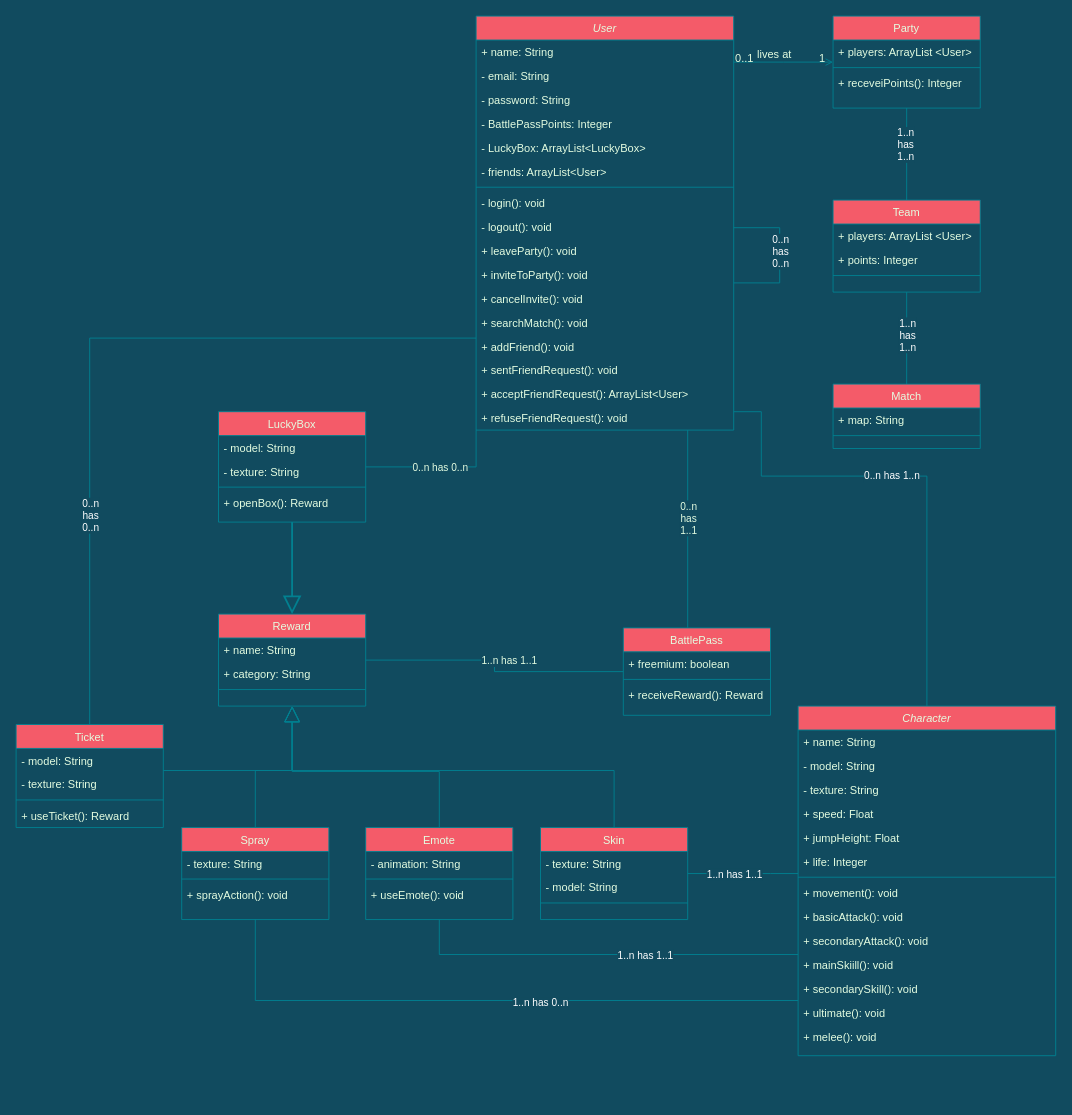
Before: fase-final/Modelo-Conceitual.drawio in Stuepp/BANCO-DE-DADOS-I, a draw.io diagram. Source tidied: cells renumbered, new cells numbered last; positions are measured from the earlier drawing's top-left corner, leaving out a move shared by most shapes. Both pictures are drawn from the tidied source at 92%, with x=0, y=0 at pixel (16, 16).
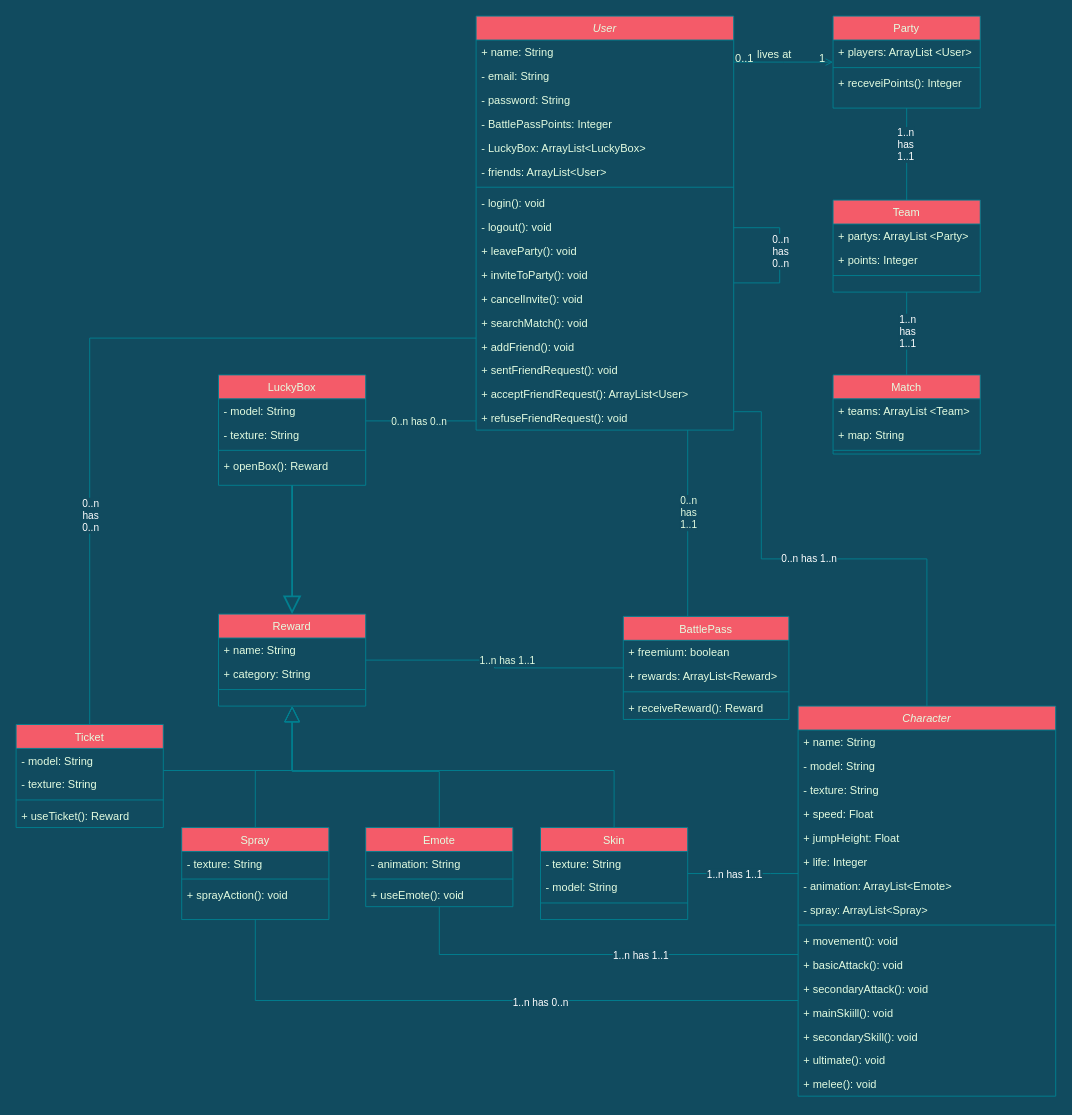
The same page after the edit.

Unchanged cells that the change refers to:
```xml
<mxCell id="4" value="User" style="swimlane;fontStyle=2;align=center;verticalAlign=top;horizontal=1;startSize=26;rounded=0;shadow=0;strokeWidth=1;fillColor=#F45B69;strokeColor=#028090;fontColor=#E4FDE1;" parent="1" vertex="1">
  <mxGeometry x="500" width="280" height="450" as="geometry" />
</mxCell>
<mxCell id="36" style="edgeStyle=orthogonalEdgeStyle;rounded=0;jettySize=auto;html=1;strokeColor=#028090;fontColor=#FFFFFF;endArrow=none;endFill=0;endSize=15;fillColor=#F45B69;" parent="1" edge="1" source="38" target="85">
  <mxGeometry relative="1" as="geometry" />
</mxCell>
<mxCell id="83" style="edgeStyle=orthogonalEdgeStyle;rounded=0;jettySize=auto;html=1;strokeColor=#028090;fontColor=#FFFFFF;endArrow=none;endFill=0;endSize=15;fillColor=#F45B69;" parent="1" edge="1" source="85" target="89">
  <mxGeometry relative="1" as="geometry" />
</mxCell>
<mxCell id="85" value="Team" style="swimlane;fontStyle=0;align=center;verticalAlign=top;horizontal=1;startSize=26;rounded=0;shadow=0;strokeWidth=1;fillColor=#F45B69;strokeColor=#028090;fontColor=#E4FDE1;" parent="1" vertex="1">
  <mxGeometry x="888" y="200" width="160" height="100" as="geometry" />
</mxCell>
```

The edit, as a diff of the source:
```diff
@@
     <mxCell id="2" style="edgeStyle=orthogonalEdgeStyle;rounded=0;jettySize=auto;html=1;labelBackgroundColor=#114B5F;strokeColor=#028090;fontColor=#FFFFFF;endArrow=none;endFill=0;endSize=15;fillColor=#F45B69;" parent="1" edge="1" source="4" target="92">
       <mxGeometry relative="1" as="geometry">
         <Array as="points">
           <mxPoint x="810" y="430" />
-          <mxPoint x="810" y="500" />
-          <mxPoint x="990" y="500" />
+          <mxPoint x="810" y="590" />
+          <mxPoint x="990" y="590" />
         </Array>
       </mxGeometry>
     </mxCell>
@@
     <mxCell id="22" style="edgeStyle=orthogonalEdgeStyle;rounded=0;jettySize=auto;html=1;strokeColor=#028090;fontColor=#E4FDE1;fillColor=#F45B69;endArrow=none;endFill=0;endSize=6;startSize=6;jumpSize=6;labelBackgroundColor=#114B5F;" parent="1" edge="1" source="25" target="4">
       <mxGeometry relative="1" as="geometry">
         <Array as="points">
-          <mxPoint x="500" y="490" />
+          <mxPoint x="440" y="440" />
+          <mxPoint x="440" y="440" />
         </Array>
       </mxGeometry>
     </mxCell>
@@
     <mxCell id="25" value="LuckyBox" style="swimlane;fontStyle=0;align=center;verticalAlign=top;horizontal=1;startSize=26;rounded=0;shadow=0;strokeWidth=1;fillColor=#F45B69;strokeColor=#028090;fontColor=#E4FDE1;" parent="1" vertex="1">
-      <mxGeometry x="220" y="430" width="160" height="120" as="geometry" />
+      <mxGeometry x="220" y="390" width="160" height="120" as="geometry" />
     </mxCell>
@@
     <mxCell id="32" value="BattlePass" style="swimlane;fontStyle=0;align=center;verticalAlign=top;horizontal=1;startSize=26;rounded=0;shadow=0;strokeWidth=1;fillColor=#F45B69;strokeColor=#028090;fontColor=#E4FDE1;" parent="1" vertex="1">
-      <mxGeometry x="660" y="665" width="160" height="95" as="geometry" />
+      <mxGeometry x="660" y="652.5" width="180" height="112" as="geometry" />
     </mxCell>
     <mxCell id="33" value="+ freemium: boolean" style="text;align=left;verticalAlign=top;spacingLeft=4;spacingRight=4;overflow=hidden;fontColor=#E4FDE1;" parent="32" vertex="1">
-      <mxGeometry y="26" width="160" height="26" as="geometry" />
+      <mxGeometry y="26" width="180" height="26" as="geometry" />
     </mxCell>
+    <mxCell id="107" value="+ rewards: ArrayList&lt;Reward&gt;" style="text;align=left;verticalAlign=top;spacingLeft=4;spacingRight=4;overflow=hidden;fontColor=#E4FDE1;" parent="32" vertex="1">
+      <mxGeometry y="52" width="180" height="26" as="geometry" />
+    </mxCell>
     <mxCell id="34" style="line;html=1;strokeWidth=1;align=left;verticalAlign=middle;spacingTop=-1;spacingLeft=3;spacingRight=3;labelPosition=right;labelBackgroundColor=#114B5F;fillColor=#F45B69;strokeColor=#028090;fontColor=#E4FDE1;" parent="32" vertex="1">
-      <mxGeometry y="52" width="160" height="8" as="geometry" />
+      <mxGeometry y="78" width="180" height="8" as="geometry" />
     </mxCell>
     <mxCell id="35" value="+ receiveReward(): Reward" style="text;align=left;verticalAlign=top;spacingLeft=4;spacingRight=4;overflow=hidden;fontColor=#E4FDE1;" parent="32" vertex="1">
-      <mxGeometry y="60" width="160" height="26" as="geometry" />
+      <mxGeometry y="86" width="180" height="26" as="geometry" />
     </mxCell>
@@
-    <mxCell id="37" value="1..n&lt;br&gt;has&lt;br&gt;1..n" style="edgeLabel;html=1;align=center;verticalAlign=middle;fontColor=#FFFFFF;labelBackgroundColor=#114B5F;" parent="36" vertex="1">
+    <mxCell id="37" value="1..n&lt;br&gt;has&lt;br&gt;1..1" style="edgeLabel;html=1;align=center;verticalAlign=middle;fontColor=#FFFFFF;labelBackgroundColor=#114B5F;" parent="36" vertex="1">
       <mxGeometry x="-0.23" y="-2" relative="1" as="geometry" />
     </mxCell>
@@
     <mxCell id="70" value="Emote" style="swimlane;fontStyle=0;align=center;verticalAlign=top;horizontal=1;startSize=26;rounded=0;shadow=0;strokeWidth=1;fillColor=#F45B69;strokeColor=#028090;fontColor=#E4FDE1;" parent="1" vertex="1">
-      <mxGeometry x="380" y="882" width="160" height="100" as="geometry" />
+      <mxGeometry x="380" y="882" width="160" height="86" as="geometry" />
     </mxCell>
@@
-    <mxCell id="84" value="1..n&lt;br&gt;has&lt;br&gt;1..n" style="edgeLabel;html=1;align=center;verticalAlign=middle;fontColor=#FFFFFF;labelBackgroundColor=#114B5F;" parent="83" vertex="1">
+    <mxCell id="84" value="1..n&lt;br&gt;has&lt;br&gt;1..1" style="edgeLabel;html=1;align=center;verticalAlign=middle;fontColor=#FFFFFF;labelBackgroundColor=#114B5F;" parent="83" vertex="1">
       <mxGeometry x="-0.26" y="-3" relative="1" as="geometry">
         <mxPoint x="3" y="9" as="offset" />
       </mxGeometry>
     </mxCell>
@@
-    <mxCell id="86" value="+ players: ArrayList &lt;User&gt;" style="text;align=left;verticalAlign=top;spacingLeft=4;spacingRight=4;overflow=hidden;fontColor=#E4FDE1;" parent="85" vertex="1">
+    <mxCell id="86" value="+ partys: ArrayList &lt;Party&gt;" style="text;align=left;verticalAlign=top;spacingLeft=4;spacingRight=4;overflow=hidden;fontColor=#E4FDE1;" parent="85" vertex="1">
       <mxGeometry y="26" width="160" height="26" as="geometry" />
     </mxCell>
@@
     <mxCell id="89" value="Match" style="swimlane;fontStyle=0;align=center;verticalAlign=top;horizontal=1;startSize=26;rounded=0;shadow=0;strokeWidth=1;fillColor=#F45B69;strokeColor=#028090;fontColor=#E4FDE1;" parent="1" vertex="1">
-      <mxGeometry x="888" y="400" width="160" height="70" as="geometry" />
+      <mxGeometry x="888" y="390" width="160" height="86" as="geometry" />
     </mxCell>
+    <mxCell id="108" value="+ teams: ArrayList &lt;Team&gt;" style="text;align=left;verticalAlign=top;spacingLeft=4;spacingRight=4;overflow=hidden;fontColor=#E4FDE1;" parent="89" vertex="1">
+      <mxGeometry y="26" width="160" height="26" as="geometry" />
+    </mxCell>
     <mxCell id="90" value="+ map: String" style="text;align=left;verticalAlign=top;spacingLeft=4;spacingRight=4;overflow=hidden;fontColor=#E4FDE1;" parent="89" vertex="1">
-      <mxGeometry y="26" width="160" height="26" as="geometry" />
+      <mxGeometry y="52" width="160" height="26" as="geometry" />
     </mxCell>
     <mxCell id="91" style="line;html=1;strokeWidth=1;align=left;verticalAlign=middle;spacingTop=-1;spacingLeft=3;spacingRight=3;labelPosition=right;labelBackgroundColor=#114B5F;fillColor=#F45B69;strokeColor=#028090;fontColor=#E4FDE1;" parent="89" vertex="1">
-      <mxGeometry y="52" width="160" height="8" as="geometry" />
+      <mxGeometry y="78" width="160" height="8" as="geometry" />
     </mxCell>
     <mxCell id="92" value="Character" style="swimlane;fontStyle=2;align=center;verticalAlign=top;horizontal=1;startSize=26;rounded=0;shadow=0;strokeWidth=1;fillColor=#F45B69;strokeColor=#028090;fontColor=#E4FDE1;" parent="1" vertex="1">
-      <mxGeometry x="850" y="750" width="280" height="380" as="geometry" />
+      <mxGeometry x="850" y="750" width="280" height="424" as="geometry" />
     </mxCell>
@@
+    <mxCell id="109" value="- animation: ArrayList&lt;Emote&gt;" style="text;align=left;verticalAlign=top;spacingLeft=4;spacingRight=4;overflow=hidden;rounded=0;shadow=0;html=0;fontColor=#E4FDE1;" parent="92" vertex="1">
+      <mxGeometry y="182" width="280" height="26" as="geometry" />
+    </mxCell>
+    <mxCell id="110" value="- spray: ArrayList&lt;Spray&gt;" style="text;align=left;verticalAlign=top;spacingLeft=4;spacingRight=4;overflow=hidden;rounded=0;shadow=0;html=0;fontColor=#E4FDE1;" parent="92" vertex="1">
+      <mxGeometry y="208" width="280" height="26" as="geometry" />
+    </mxCell>
     <mxCell id="99" style="line;html=1;strokeWidth=1;align=left;verticalAlign=middle;spacingTop=-1;spacingLeft=3;spacingRight=3;labelPosition=right;labelBackgroundColor=#114B5F;fillColor=#F45B69;strokeColor=#028090;fontColor=#E4FDE1;" parent="92" vertex="1">
-      <mxGeometry y="182" width="280" height="8" as="geometry" />
+      <mxGeometry y="234" width="280" height="8" as="geometry" />
     </mxCell>
     <mxCell id="100" value="+ movement(): void" style="text;align=left;verticalAlign=top;spacingLeft=4;spacingRight=4;overflow=hidden;fontColor=#E4FDE1;" parent="92" vertex="1">
-      <mxGeometry y="190" width="280" height="26" as="geometry" />
+      <mxGeometry y="242" width="280" height="26" as="geometry" />
     </mxCell>
     <mxCell id="101" value="+ basicAttack(): void" style="text;align=left;verticalAlign=top;spacingLeft=4;spacingRight=4;overflow=hidden;fontColor=#E4FDE1;" parent="92" vertex="1">
-      <mxGeometry y="216" width="280" height="26" as="geometry" />
+      <mxGeometry y="268" width="280" height="26" as="geometry" />
     </mxCell>
     <mxCell id="102" value="+ secondaryAttack(): void" style="text;align=left;verticalAlign=top;spacingLeft=4;spacingRight=4;overflow=hidden;fontColor=#E4FDE1;" parent="92" vertex="1">
-      <mxGeometry y="242" width="280" height="26" as="geometry" />
+      <mxGeometry y="294" width="280" height="26" as="geometry" />
     </mxCell>
     <mxCell id="103" value="+ mainSkiill(): void" style="text;align=left;verticalAlign=top;spacingLeft=4;spacingRight=4;overflow=hidden;fontColor=#E4FDE1;" parent="92" vertex="1">
-      <mxGeometry y="268" width="280" height="26" as="geometry" />
+      <mxGeometry y="320" width="280" height="26" as="geometry" />
     </mxCell>
     <mxCell id="104" value="+ secondarySkill(): void" style="text;align=left;verticalAlign=top;spacingLeft=4;spacingRight=4;overflow=hidden;fontColor=#E4FDE1;" parent="92" vertex="1">
-      <mxGeometry y="294" width="280" height="26" as="geometry" />
+      <mxGeometry y="346" width="280" height="26" as="geometry" />
     </mxCell>
     <mxCell id="105" value="+ ultimate(): void" style="text;align=left;verticalAlign=top;spacingLeft=4;spacingRight=4;overflow=hidden;fontColor=#E4FDE1;" parent="92" vertex="1">
-      <mxGeometry y="320" width="280" height="26" as="geometry" />
+      <mxGeometry y="372" width="280" height="26" as="geometry" />
     </mxCell>
     <mxCell id="106" value="+ melee(): void" style="text;align=left;verticalAlign=top;spacingLeft=4;spacingRight=4;overflow=hidden;fontColor=#E4FDE1;" parent="92" vertex="1">
-      <mxGeometry y="346" width="280" height="26" as="geometry" />
+      <mxGeometry y="398" width="280" height="26" as="geometry" />
     </mxCell>
```
